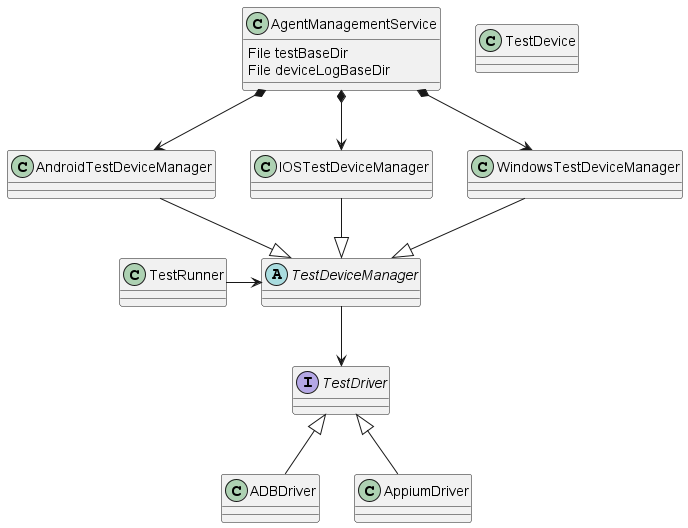
Above: docs/images/UML/agent_device_management_design.png in microsoft/HydraLab (PlantUML), before the change.
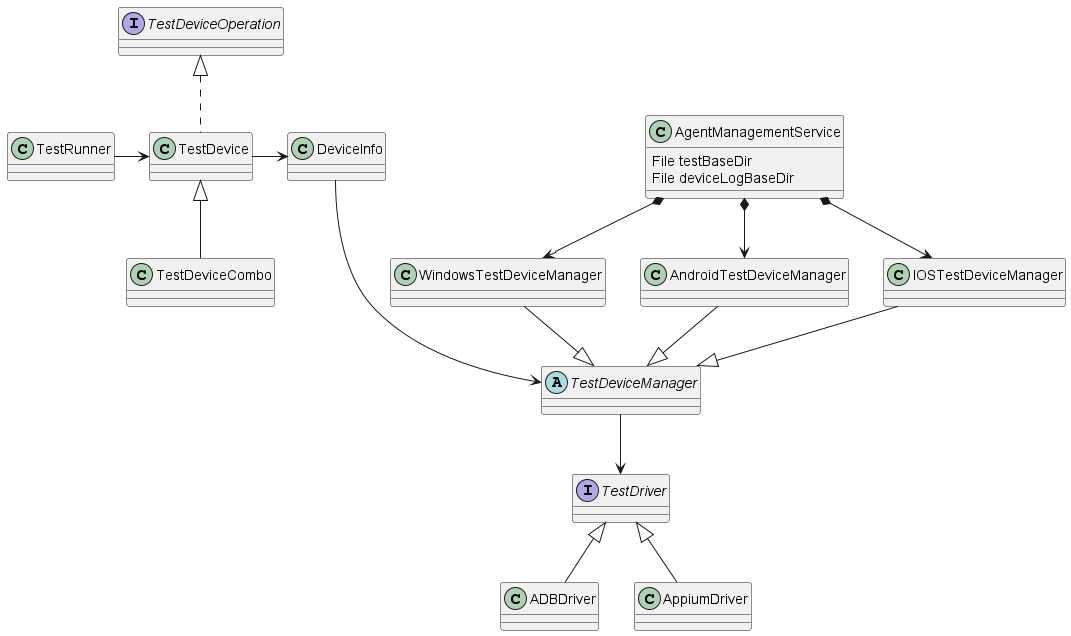
After the commit.

What changed in the source:
```diff
@@ -4,7 +4,10 @@
     File testBaseDir
     File deviceLogBaseDir
 }
-class TestDevice
+interface TestDeviceOperation
+class TestDevice implements TestDeviceOperation
+class TestDeviceCombo extends TestDevice
+class DeviceInfo
 abstract class TestDeviceManager
 class AndroidTestDeviceManager
 class IOSTestDeviceManager
@@ -25,5 +28,7 @@
 ADBDriver -u-|> TestDriver
 AppiumDriver -u-|> TestDriver
 
-TestRunner -r-> TestDeviceManager
+TestRunner -r-> TestDevice
+TestDevice -r-> DeviceInfo
+DeviceInfo ---> TestDeviceManager
 @enduml
```
